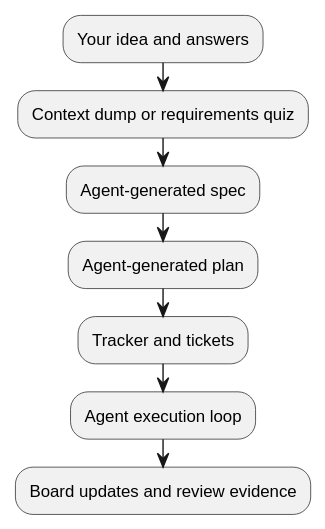
Earlier version of the PlantUML export docs/assets/img/home/chrysocoord-workflow.svg (adrianpk/chr).
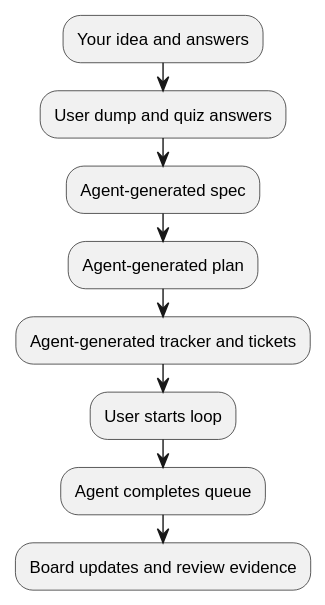
Above is the later version.

The edit, as a diff of the source:
```diff
@@ -3,10 +3,11 @@
 skinparam shadowing false
 
 :Your idea and answers;
-:Context dump or requirements quiz;
+:User dump and quiz answers;
 :Agent-generated spec;
 :Agent-generated plan;
-:Tracker and tickets;
-:Agent execution loop;
+:Agent-generated tracker and tickets;
+:User starts loop;
+:Agent completes queue;
 :Board updates and review evidence;
 @enduml
```
